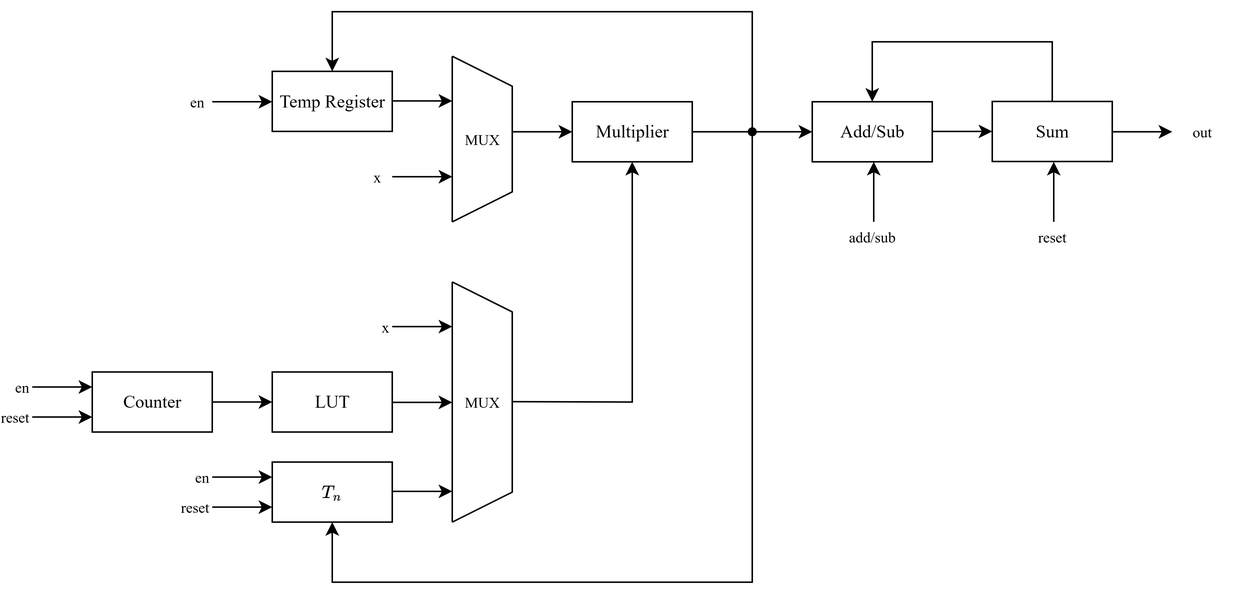
Before: homework_3/report/assets/q5_dp.png, a diagram exported from draw.io (apedersen00/digital-systems-design-and-verification). Source tidied: cells renumbered, new cells last; positions are measured from the earlier drawing's top-left corner, leaving out a move shared by most shapes.
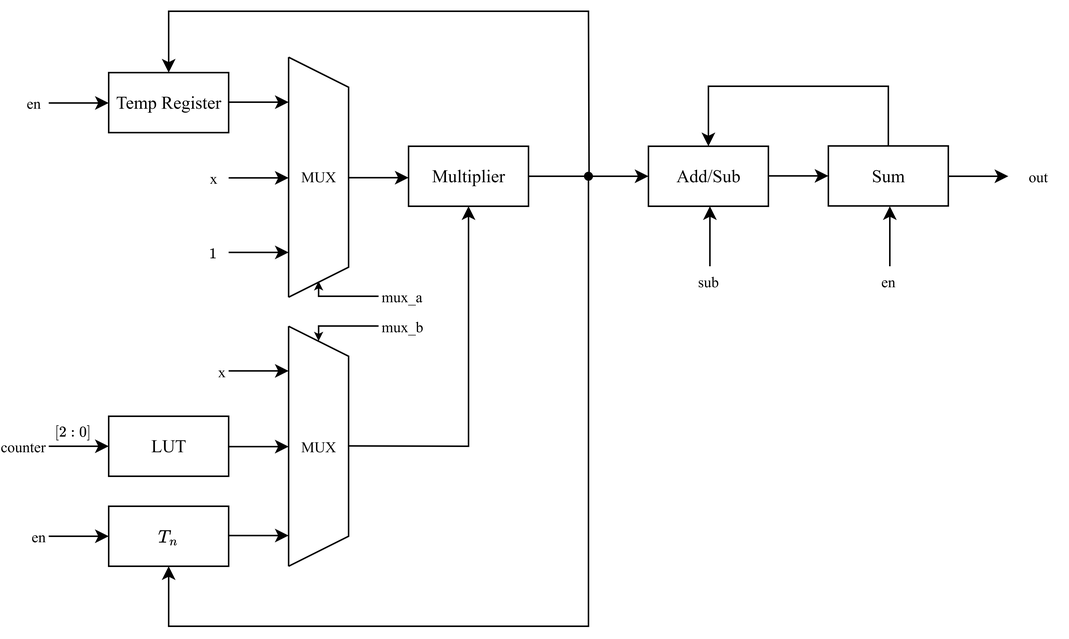
After the change.

The edit, as a diff of the source:
```diff
@@ -5,3 +5,3 @@
     <mxCell id="2" value="&lt;font face=&quot;Times New Roman&quot;&gt;Multiplier&lt;/font&gt;" style="rounded=0;whiteSpace=wrap;html=1;" parent="1" vertex="1">
-      <mxGeometry x="380" y="60.3" width="80" height="40" as="geometry" />
+      <mxGeometry x="130" y="199" width="80" height="40" as="geometry" />
     </mxCell>
@@ -9,4 +9,4 @@
       <mxGeometry relative="1" as="geometry">
-        <mxPoint x="260" y="210" as="sourcePoint" />
-        <mxPoint x="300" y="210" as="targetPoint" />
+        <mxPoint x="10" y="348.8" as="sourcePoint" />
+        <mxPoint x="50" y="348.8" as="targetPoint" />
       </mxGeometry>
@@ -15,4 +15,4 @@
       <mxGeometry relative="1" as="geometry">
-        <mxPoint x="300" y="340.3" as="sourcePoint" />
-        <mxPoint x="300" y="180.3" as="targetPoint" />
+        <mxPoint x="50" y="479" as="sourcePoint" />
+        <mxPoint x="50" y="319" as="targetPoint" />
       </mxGeometry>
@@ -21,4 +21,4 @@
       <mxGeometry relative="1" as="geometry">
-        <mxPoint x="260" y="260.5" as="sourcePoint" />
-        <mxPoint x="300" y="260.5" as="targetPoint" />
+        <mxPoint x="10" y="399.2" as="sourcePoint" />
+        <mxPoint x="50" y="399.2" as="targetPoint" />
       </mxGeometry>
@@ -27,4 +27,4 @@
       <mxGeometry relative="1" as="geometry">
-        <mxPoint x="260" y="319.8" as="sourcePoint" />
-        <mxPoint x="300" y="319.8" as="targetPoint" />
+        <mxPoint x="10" y="458.5" as="sourcePoint" />
+        <mxPoint x="50" y="458.5" as="targetPoint" />
       </mxGeometry>
@@ -33,7 +33,7 @@
       <mxGeometry relative="1" as="geometry">
-        <mxPoint x="300" y="340.3" as="sourcePoint" />
-        <mxPoint x="300" y="180.3" as="targetPoint" />
+        <mxPoint x="50" y="479" as="sourcePoint" />
+        <mxPoint x="50" y="319" as="targetPoint" />
         <Array as="points">
-          <mxPoint x="340" y="320.3" />
-          <mxPoint x="340" y="200.3" />
+          <mxPoint x="90" y="459" />
+          <mxPoint x="90" y="339" />
         </Array>
@@ -42,6 +42,6 @@
     <mxCell id="8" value="&lt;font face=&quot;Times New Roman&quot;&gt;MUX&lt;/font&gt;" style="text;html=1;align=center;verticalAlign=middle;whiteSpace=wrap;rounded=0;fontSize=10;" parent="1" vertex="1">
-      <mxGeometry x="300" y="239.9" width="40" height="40.3" as="geometry" />
+      <mxGeometry x="50" y="378.6" width="40" height="40.3" as="geometry" />
     </mxCell>
     <mxCell id="9" value="&lt;font face=&quot;Times New Roman&quot;&gt;Temp Register&lt;/font&gt;" style="rounded=0;whiteSpace=wrap;html=1;" parent="1" vertex="1">
-      <mxGeometry x="180" y="40" width="80" height="40" as="geometry" />
+      <mxGeometry x="-70" y="149.9" width="80" height="40" as="geometry" />
     </mxCell>
@@ -49,25 +49,19 @@
       <mxGeometry relative="1" as="geometry">
-        <mxPoint x="260" y="59.7" as="sourcePoint" />
-        <mxPoint x="300" y="59.7" as="targetPoint" />
+        <mxPoint x="10" y="169.6" as="sourcePoint" />
+        <mxPoint x="50" y="169.6" as="targetPoint" />
       </mxGeometry>
     </mxCell>
-    <mxCell id="11" style="endArrow=none;html=1;rounded=0;" parent="1" edge="1">
+    <mxCell id="11" style="endArrow=classic;html=1;rounded=0;" parent="1" edge="1">
       <mxGeometry relative="1" as="geometry">
-        <mxPoint x="300" y="140.3" as="sourcePoint" />
-        <mxPoint x="300" y="30" as="targetPoint" />
+        <mxPoint x="10" y="220.1" as="sourcePoint" />
+        <mxPoint x="50" y="220.1" as="targetPoint" />
       </mxGeometry>
     </mxCell>
-    <mxCell id="12" style="endArrow=classic;html=1;rounded=0;" parent="1" edge="1">
-      <mxGeometry relative="1" as="geometry">
-        <mxPoint x="260" y="110.2" as="sourcePoint" />
-        <mxPoint x="300" y="110.2" as="targetPoint" />
-      </mxGeometry>
+    <mxCell id="12" value="&lt;font face=&quot;Times New Roman&quot;&gt;x&lt;/font&gt;" style="text;html=1;align=center;verticalAlign=middle;whiteSpace=wrap;rounded=0;fontSize=10;" parent="1" vertex="1">
+      <mxGeometry x="-10" y="210.2" width="20" height="20" as="geometry" />
     </mxCell>
-    <mxCell id="13" style="endArrow=none;html=1;rounded=0;" parent="1" edge="1">
+    <mxCell id="13" style="endArrow=classic;html=1;rounded=0;entryX=0.5;entryY=1;entryDx=0;entryDy=0;exitX=1;exitY=0.5;exitDx=0;exitDy=0;" parent="1" edge="1" source="8" target="2">
       <mxGeometry relative="1" as="geometry">
-        <mxPoint x="300" y="140.3" as="sourcePoint" />
-        <mxPoint x="300" y="30" as="targetPoint" />
         <Array as="points">
-          <mxPoint x="340" y="120.3" />
-          <mxPoint x="340" y="50" />
+          <mxPoint x="170" y="399" />
         </Array>
@@ -75,23 +69,19 @@
     </mxCell>
-    <mxCell id="14" value="&lt;font face=&quot;Times New Roman&quot;&gt;MUX&lt;/font&gt;" style="text;html=1;align=center;verticalAlign=middle;whiteSpace=wrap;rounded=0;fontSize=10;" parent="1" vertex="1">
-      <mxGeometry x="300" y="60.3" width="40" height="49.8" as="geometry" />
+    <mxCell id="14" value="&lt;font face=&quot;Times New Roman&quot;&gt;x&lt;/font&gt;" style="text;html=1;align=right;verticalAlign=middle;whiteSpace=wrap;rounded=0;fontSize=10;" parent="1" vertex="1">
+      <mxGeometry x="-30" y="339" width="40" height="20" as="geometry" />
     </mxCell>
-    <mxCell id="15" value="&lt;font face=&quot;Times New Roman&quot;&gt;x&lt;/font&gt;" style="text;html=1;align=center;verticalAlign=middle;whiteSpace=wrap;rounded=0;fontSize=10;" parent="1" vertex="1">
-      <mxGeometry x="240" y="100.3" width="20" height="20" as="geometry" />
+    <mxCell id="15" style="endArrow=classic;html=1;rounded=0;" parent="1" edge="1">
+      <mxGeometry relative="1" as="geometry">
+        <mxPoint x="-110" y="170.2" as="sourcePoint" />
+        <mxPoint x="-70" y="170.2" as="targetPoint" />
+      </mxGeometry>
     </mxCell>
-    <mxCell id="16" style="endArrow=classic;html=1;rounded=0;entryX=0.5;entryY=1;entryDx=0;entryDy=0;exitX=1;exitY=0.5;exitDx=0;exitDy=0;" parent="1" edge="1" source="8" target="2">
-      <mxGeometry relative="1" as="geometry">
-        <Array as="points">
-          <mxPoint x="420" y="260.3" />
-        </Array>
-      </mxGeometry>
+    <mxCell id="16" value="&lt;font face=&quot;Times New Roman&quot;&gt;en&lt;/font&gt;" style="text;html=1;align=center;verticalAlign=middle;whiteSpace=wrap;rounded=0;fontSize=10;" parent="1" vertex="1">
+      <mxGeometry x="-130" y="159.9" width="20" height="20" as="geometry" />
     </mxCell>
-    <mxCell id="17" value="&lt;font face=&quot;Times New Roman&quot;&gt;x&lt;/font&gt;" style="text;html=1;align=right;verticalAlign=middle;whiteSpace=wrap;rounded=0;fontSize=10;" parent="1" vertex="1">
-      <mxGeometry x="220" y="200.3" width="40" height="20" as="geometry" />
+    <mxCell id="17" value="&lt;font face=&quot;Times New Roman&quot;&gt;Add/Sub&lt;/font&gt;" style="rounded=0;whiteSpace=wrap;html=1;" parent="1" vertex="1">
+      <mxGeometry x="290" y="199" width="80" height="40" as="geometry" />
     </mxCell>
-    <mxCell id="18" style="endArrow=classic;html=1;rounded=0;" parent="1" edge="1">
-      <mxGeometry relative="1" as="geometry">
-        <mxPoint x="340" y="80.3" as="sourcePoint" />
-        <mxPoint x="380" y="80.3" as="targetPoint" />
-      </mxGeometry>
+    <mxCell id="18" value="&lt;font face=&quot;Times New Roman&quot;&gt;$$T_n$$&lt;/font&gt;" style="rounded=0;whiteSpace=wrap;html=1;" parent="1" vertex="1">
+      <mxGeometry x="-70" y="439" width="80" height="40" as="geometry" />
     </mxCell>
@@ -99,67 +89,64 @@
       <mxGeometry relative="1" as="geometry">
-        <mxPoint x="140" y="60.3" as="sourcePoint" />
-        <mxPoint x="180" y="60.3" as="targetPoint" />
+        <mxPoint x="-110" y="459" as="sourcePoint" />
+        <mxPoint x="-70" y="459" as="targetPoint" />
       </mxGeometry>
     </mxCell>
-    <mxCell id="20" value="&lt;font face=&quot;Times New Roman&quot;&gt;en&lt;/font&gt;" style="text;html=1;align=center;verticalAlign=middle;whiteSpace=wrap;rounded=0;fontSize=10;" parent="1" vertex="1">
-      <mxGeometry x="120" y="50" width="20" height="20" as="geometry" />
+    <mxCell id="20" value="&lt;font face=&quot;Times New Roman&quot;&gt;en&lt;/font&gt;" style="text;html=1;align=right;verticalAlign=middle;whiteSpace=wrap;rounded=0;fontSize=10;" parent="1" vertex="1">
+      <mxGeometry x="-130" y="449" width="20" height="20" as="geometry" />
     </mxCell>
-    <mxCell id="21" value="&lt;font face=&quot;Times New Roman&quot;&gt;Add/Sub&lt;/font&gt;" style="rounded=0;whiteSpace=wrap;html=1;" parent="1" vertex="1">
-      <mxGeometry x="540" y="60.3" width="80" height="40" as="geometry" />
+    <mxCell id="21" style="endArrow=classic;html=1;rounded=0;entryX=0;entryY=0.5;entryDx=0;entryDy=0;exitX=1;exitY=0.5;exitDx=0;exitDy=0;" parent="1" edge="1" source="2" target="17">
+      <mxGeometry relative="1" as="geometry" />
     </mxCell>
-    <mxCell id="22" value="&lt;font face=&quot;Times New Roman&quot;&gt;$$T_n$$&lt;/font&gt;" style="rounded=0;whiteSpace=wrap;html=1;" parent="1" vertex="1">
-      <mxGeometry x="180" y="300.3" width="80" height="40" as="geometry" />
+    <mxCell id="22" style="endArrow=classic;html=1;rounded=0;entryX=0.5;entryY=1;entryDx=0;entryDy=0;" parent="1" edge="1" target="18">
+      <mxGeometry relative="1" as="geometry">
+        <mxPoint x="250" y="219" as="sourcePoint" />
+        <Array as="points">
+          <mxPoint x="250" y="519" />
+          <mxPoint x="-30" y="519" />
+        </Array>
+      </mxGeometry>
     </mxCell>
-    <mxCell id="23" style="endArrow=classic;html=1;rounded=0;" parent="1" edge="1">
-      <mxGeometry relative="1" as="geometry">
-        <mxPoint x="140" y="310.3" as="sourcePoint" />
-        <mxPoint x="180" y="310.3" as="targetPoint" />
-      </mxGeometry>
+    <mxCell id="23" style="ellipse;whiteSpace=wrap;html=1;fillColor=#000000;" parent="1" vertex="1">
+      <mxGeometry x="247.5" y="216.5" width="5" height="5" as="geometry" />
     </mxCell>
-    <mxCell id="24" value="&lt;font face=&quot;Times New Roman&quot;&gt;en&lt;/font&gt;" style="text;html=1;align=right;verticalAlign=middle;whiteSpace=wrap;rounded=0;fontSize=10;" parent="1" vertex="1">
-      <mxGeometry x="120" y="300.3" width="20" height="20" as="geometry" />
+    <mxCell id="24" style="edgeStyle=orthogonalEdgeStyle;rounded=0;jettySize=auto;html=1;entryX=0.5;entryY=0;entryDx=0;entryDy=0;" parent="1" edge="1" source="25" target="17">
+      <mxGeometry relative="1" as="geometry">
+        <Array as="points">
+          <mxPoint x="450" y="159" />
+          <mxPoint x="330" y="159" />
+        </Array>
+      </mxGeometry>
     </mxCell>
-    <mxCell id="25" value="&lt;font face=&quot;Times New Roman&quot;&gt;reset&lt;/font&gt;" style="text;html=1;align=right;verticalAlign=middle;whiteSpace=wrap;rounded=0;fontSize=10;" parent="1" vertex="1">
-      <mxGeometry x="120" y="320.3" width="20" height="20" as="geometry" />
+    <mxCell id="25" value="&lt;font face=&quot;Times New Roman&quot;&gt;Sum&lt;/font&gt;" style="rounded=0;whiteSpace=wrap;html=1;" parent="1" vertex="1">
+      <mxGeometry x="410" y="198.8" width="80" height="40" as="geometry" />
     </mxCell>
-    <mxCell id="26" style="endArrow=classic;html=1;rounded=0;entryX=0;entryY=0.5;entryDx=0;entryDy=0;exitX=1;exitY=0.5;exitDx=0;exitDy=0;" parent="1" edge="1" source="2" target="21">
-      <mxGeometry relative="1" as="geometry" />
+    <mxCell id="26" style="endArrow=classic;html=1;rounded=0;" parent="1" edge="1">
+      <mxGeometry relative="1" as="geometry">
+        <mxPoint x="370" y="218.8" as="sourcePoint" />
+        <mxPoint x="410" y="218.8" as="targetPoint" />
+      </mxGeometry>
     </mxCell>
-    <mxCell id="27" style="endArrow=classic;html=1;rounded=0;entryX=0.5;entryY=0;entryDx=0;entryDy=0;" parent="1" edge="1" target="9">
+    <mxCell id="27" style="endArrow=classic;html=1;rounded=0;" parent="1" edge="1">
       <mxGeometry relative="1" as="geometry">
-        <mxPoint x="500" y="80.3" as="sourcePoint" />
-        <Array as="points">
-          <mxPoint x="500" y="0.3" />
-          <mxPoint x="220" y="0.3" />
-        </Array>
+        <mxPoint x="331" y="279" as="sourcePoint" />
+        <mxPoint x="331" y="239" as="targetPoint" />
       </mxGeometry>
     </mxCell>
-    <mxCell id="28" style="endArrow=classic;html=1;rounded=0;" parent="1" edge="1">
-      <mxGeometry relative="1" as="geometry">
-        <mxPoint x="140" y="330.3" as="sourcePoint" />
-        <mxPoint x="180" y="330.3" as="targetPoint" />
-      </mxGeometry>
+    <mxCell id="28" value="&lt;font face=&quot;Times New Roman&quot;&gt;sub&lt;/font&gt;" style="text;html=1;align=center;verticalAlign=middle;whiteSpace=wrap;rounded=0;fontSize=10;" parent="1" vertex="1">
+      <mxGeometry x="320" y="279" width="20" height="20" as="geometry" />
     </mxCell>
-    <mxCell id="29" style="endArrow=classic;html=1;rounded=0;entryX=0.5;entryY=1;entryDx=0;entryDy=0;" parent="1" edge="1" target="22">
+    <mxCell id="29" style="endArrow=classic;html=1;rounded=0;" parent="1" edge="1">
       <mxGeometry relative="1" as="geometry">
-        <mxPoint x="500" y="80.3" as="sourcePoint" />
-        <Array as="points">
-          <mxPoint x="500" y="380.3" />
-          <mxPoint x="220" y="380.3" />
-        </Array>
+        <mxPoint x="490" y="219" as="sourcePoint" />
+        <mxPoint x="530" y="219" as="targetPoint" />
       </mxGeometry>
     </mxCell>
-    <mxCell id="30" style="ellipse;whiteSpace=wrap;html=1;fillColor=#000000;" parent="1" vertex="1">
-      <mxGeometry x="497.5" y="77.8" width="5" height="5" as="geometry" />
+    <mxCell id="30" value="&lt;font face=&quot;Times New Roman&quot;&gt;out&lt;/font&gt;" style="text;html=1;align=center;verticalAlign=middle;whiteSpace=wrap;rounded=0;fontSize=10;" parent="1" vertex="1">
+      <mxGeometry x="530" y="209" width="40" height="20" as="geometry" />
     </mxCell>
-    <mxCell id="31" style="edgeStyle=orthogonalEdgeStyle;rounded=0;jettySize=auto;html=1;entryX=0.5;entryY=0;entryDx=0;entryDy=0;" parent="1" edge="1" source="32" target="21">
-      <mxGeometry relative="1" as="geometry">
-        <Array as="points">
-          <mxPoint x="700" y="20.3" />
-          <mxPoint x="580" y="20.3" />
-        </Array>
-      </mxGeometry>
+    <mxCell id="31" value="&lt;font face=&quot;Times New Roman&quot;&gt;LUT&lt;/font&gt;" style="rounded=0;whiteSpace=wrap;html=1;" parent="1" vertex="1">
+      <mxGeometry x="-70" y="379" width="80" height="40" as="geometry" />
     </mxCell>
-    <mxCell id="32" value="&lt;font face=&quot;Times New Roman&quot;&gt;Sum&lt;/font&gt;" style="rounded=0;whiteSpace=wrap;html=1;" parent="1" vertex="1">
-      <mxGeometry x="660" y="60.1" width="80" height="40" as="geometry" />
+    <mxCell id="32" value="&lt;font face=&quot;Times New Roman&quot;&gt;counter&lt;/font&gt;" style="text;html=1;align=right;verticalAlign=middle;whiteSpace=wrap;rounded=0;fontSize=10;" parent="1" vertex="1">
+      <mxGeometry x="-130" y="389" width="20" height="20" as="geometry" />
     </mxCell>
@@ -167,4 +154,4 @@
       <mxGeometry relative="1" as="geometry">
-        <mxPoint x="620" y="80" as="sourcePoint" />
-        <mxPoint x="660" y="80" as="targetPoint" />
+        <mxPoint x="-110" y="399" as="sourcePoint" />
+        <mxPoint x="-70" y="399" as="targetPoint" />
       </mxGeometry>
@@ -173,20 +160,27 @@
       <mxGeometry relative="1" as="geometry">
-        <mxPoint x="581" y="140.3" as="sourcePoint" />
-        <mxPoint x="581" y="100.3" as="targetPoint" />
+        <mxPoint x="451" y="279" as="sourcePoint" />
+        <mxPoint x="451" y="239" as="targetPoint" />
       </mxGeometry>
     </mxCell>
-    <mxCell id="35" value="&lt;font face=&quot;Times New Roman&quot;&gt;add/sub&lt;/font&gt;" style="text;html=1;align=center;verticalAlign=middle;whiteSpace=wrap;rounded=0;fontSize=10;" parent="1" vertex="1">
-      <mxGeometry x="570" y="140.3" width="20" height="20" as="geometry" />
+    <mxCell id="35" value="&lt;font face=&quot;Times New Roman&quot;&gt;en&lt;/font&gt;" style="text;html=1;align=center;verticalAlign=middle;whiteSpace=wrap;rounded=0;fontSize=10;" parent="1" vertex="1">
+      <mxGeometry x="440" y="279" width="20" height="20" as="geometry" />
     </mxCell>
-    <mxCell id="36" style="endArrow=classic;html=1;rounded=0;" parent="1" edge="1">
+    <mxCell id="36" style="endArrow=none;html=1;rounded=0;" parent="1" edge="1">
       <mxGeometry relative="1" as="geometry">
-        <mxPoint x="740" y="80.3" as="sourcePoint" />
-        <mxPoint x="780" y="80.3" as="targetPoint" />
+        <mxPoint x="50" y="299.6" as="sourcePoint" />
+        <mxPoint x="50" y="139.6" as="targetPoint" />
       </mxGeometry>
     </mxCell>
-    <mxCell id="37" value="&lt;font face=&quot;Times New Roman&quot;&gt;out&lt;/font&gt;" style="text;html=1;align=center;verticalAlign=middle;whiteSpace=wrap;rounded=0;fontSize=10;" parent="1" vertex="1">
-      <mxGeometry x="780" y="70.3" width="40" height="20" as="geometry" />
+    <mxCell id="37" style="endArrow=none;html=1;rounded=0;" parent="1" edge="1">
+      <mxGeometry relative="1" as="geometry">
+        <mxPoint x="50" y="299.6" as="sourcePoint" />
+        <mxPoint x="50" y="139.6" as="targetPoint" />
+        <Array as="points">
+          <mxPoint x="90" y="279.6" />
+          <mxPoint x="90" y="159.6" />
+        </Array>
+      </mxGeometry>
     </mxCell>
-    <mxCell id="38" value="&lt;font face=&quot;Times New Roman&quot;&gt;Counter&lt;/font&gt;" style="rounded=0;whiteSpace=wrap;html=1;" parent="1" vertex="1">
-      <mxGeometry x="60" y="240.3" width="80" height="40" as="geometry" />
+    <mxCell id="38" value="&lt;font face=&quot;Times New Roman&quot;&gt;MUX&lt;/font&gt;" style="text;html=1;align=center;verticalAlign=middle;whiteSpace=wrap;rounded=0;fontSize=10;" parent="1" vertex="1">
+      <mxGeometry x="50" y="199.3" width="40" height="40.3" as="geometry" />
     </mxCell>
@@ -194,36 +188,50 @@
       <mxGeometry relative="1" as="geometry">
-        <mxPoint x="20" y="250.3" as="sourcePoint" />
-        <mxPoint x="60" y="250.3" as="targetPoint" />
+        <mxPoint x="10" y="269.8" as="sourcePoint" />
+        <mxPoint x="50" y="269.8" as="targetPoint" />
       </mxGeometry>
     </mxCell>
-    <mxCell id="40" value="&lt;font face=&quot;Times New Roman&quot;&gt;en&lt;/font&gt;" style="text;html=1;align=right;verticalAlign=middle;whiteSpace=wrap;rounded=0;fontSize=10;" parent="1" vertex="1">
-      <mxGeometry y="240.3" width="20" height="20" as="geometry" />
+    <mxCell id="40" value="&lt;font face=&quot;Times New Roman&quot;&gt;$$1$$&lt;/font&gt;" style="text;html=1;align=center;verticalAlign=middle;whiteSpace=wrap;rounded=0;fontSize=10;" parent="1" vertex="1">
+      <mxGeometry x="-10" y="259.8" width="20" height="20" as="geometry" />
     </mxCell>
-    <mxCell id="41" value="&lt;font face=&quot;Times New Roman&quot;&gt;reset&lt;/font&gt;" style="text;html=1;align=right;verticalAlign=middle;whiteSpace=wrap;rounded=0;fontSize=10;" parent="1" vertex="1">
-      <mxGeometry y="260.3" width="20" height="20" as="geometry" />
+    <mxCell id="41" style="endArrow=classic;html=1;rounded=0;" parent="1" edge="1">
+      <mxGeometry relative="1" as="geometry">
+        <mxPoint x="90" y="220" as="sourcePoint" />
+        <mxPoint x="130" y="220" as="targetPoint" />
+      </mxGeometry>
     </mxCell>
-    <mxCell id="42" style="endArrow=classic;html=1;rounded=0;" parent="1" edge="1">
+    <mxCell id="42" style="endArrow=classic;html=1;rounded=0;endSize=3;" parent="1" edge="1">
       <mxGeometry relative="1" as="geometry">
-        <mxPoint x="20" y="270.3" as="sourcePoint" />
-        <mxPoint x="60" y="270.3" as="targetPoint" />
+        <mxPoint x="110" y="299" as="sourcePoint" />
+        <mxPoint x="70" y="289" as="targetPoint" />
+        <Array as="points">
+          <mxPoint x="70" y="299" />
+        </Array>
       </mxGeometry>
     </mxCell>
-    <mxCell id="43" style="endArrow=classic;html=1;rounded=0;" parent="1" edge="1">
+    <mxCell id="43" style="endArrow=classic;html=1;rounded=0;endSize=3;" parent="1" edge="1">
       <mxGeometry relative="1" as="geometry">
-        <mxPoint x="701" y="140.3" as="sourcePoint" />
-        <mxPoint x="701" y="100.3" as="targetPoint" />
+        <mxPoint x="110" y="318.8" as="sourcePoint" />
+        <mxPoint x="70" y="328.8" as="targetPoint" />
+        <Array as="points">
+          <mxPoint x="70" y="318.8" />
+        </Array>
       </mxGeometry>
     </mxCell>
-    <mxCell id="44" value="&lt;font face=&quot;Times New Roman&quot;&gt;reset&lt;/font&gt;" style="text;html=1;align=center;verticalAlign=middle;whiteSpace=wrap;rounded=0;fontSize=10;" parent="1" vertex="1">
-      <mxGeometry x="690" y="140.3" width="20" height="20" as="geometry" />
+    <mxCell id="44" value="&lt;font face=&quot;Times New Roman&quot;&gt;mux_a&lt;/font&gt;" style="text;html=1;align=left;verticalAlign=middle;whiteSpace=wrap;rounded=0;fontSize=10;" parent="1" vertex="1">
+      <mxGeometry x="110" y="289" width="20" height="20" as="geometry" />
     </mxCell>
-    <mxCell id="45" value="&lt;font face=&quot;Times New Roman&quot;&gt;LUT&lt;/font&gt;" style="rounded=0;whiteSpace=wrap;html=1;" parent="1" vertex="1">
-      <mxGeometry x="180" y="240.3" width="80" height="40" as="geometry" />
+    <mxCell id="45" value="&lt;font face=&quot;Times New Roman&quot;&gt;mux_b&lt;/font&gt;" style="text;html=1;align=left;verticalAlign=middle;whiteSpace=wrap;rounded=0;fontSize=10;" parent="1" vertex="1">
+      <mxGeometry x="110" y="309" width="20" height="20" as="geometry" />
     </mxCell>
-    <mxCell id="46" style="endArrow=classic;html=1;rounded=0;" parent="1" edge="1">
+    <mxCell id="46" style="endArrow=classic;html=1;rounded=0;entryX=0.5;entryY=0;entryDx=0;entryDy=0;exitX=0.582;exitY=0.523;exitDx=0;exitDy=0;exitPerimeter=0;" parent="1" edge="1" source="23" target="9">
       <mxGeometry relative="1" as="geometry">
-        <mxPoint x="140" y="260.3" as="sourcePoint" />
-        <mxPoint x="180" y="260.3" as="targetPoint" />
+        <Array as="points">
+          <mxPoint x="250" y="109" />
+          <mxPoint x="-30" y="109" />
+        </Array>
       </mxGeometry>
     </mxCell>
+    <mxCell id="47" value="&lt;font face=&quot;Times New Roman&quot;&gt;$$[2:0]$$&lt;/font&gt;" style="text;html=1;align=right;verticalAlign=middle;whiteSpace=wrap;rounded=0;fontSize=10;" parent="1" vertex="1">
+      <mxGeometry x="-100" y="378.6" width="20" height="20" as="geometry" />
+    </mxCell>
   </root>
```
